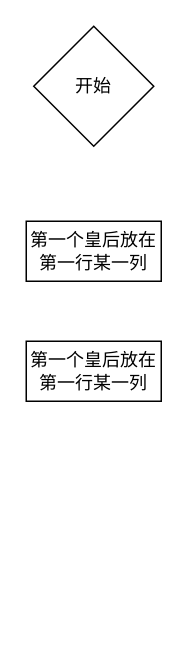
Earlier version of the draw.io diagram 四皇后算法.drawio (codecoron/Zisia_Shuzhao). Source tidied: cells renumbered, new cells numbered last; positions are measured from the earlier drawing's top-left corner, leaving out a move shared by most shapes. Both pictures are drawn from the tidied source at 150%, with x=0, y=0 at pixel (26, 26).
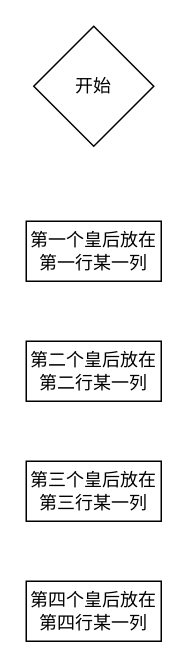
Above is the later version.

Commit message (it also covers changes not shown here):
更新四皇后算法.drawio

Diff of the diagram source:
```diff
@@
 <mxGraphModel>
   <root>
     <mxCell id="0" />
     <mxCell id="1" parent="0" />
     <mxCell id="2" value="开始" style="rhombus;whiteSpace=wrap;html=1;" parent="1" vertex="1">
       <mxGeometry x="5" width="80" height="80" as="geometry" />
     </mxCell>
     <mxCell id="3" value="第一个皇后放在第一行某一列" style="rounded=0;whiteSpace=wrap;html=1;" parent="1" vertex="1">
       <mxGeometry y="130" width="90" height="40" as="geometry" />
     </mxCell>
-    <mxCell id="4" value="第一个皇后放在第一行某一列" style="rounded=0;whiteSpace=wrap;html=1;" parent="1" vertex="1">
+    <mxCell id="4" value="第二个皇后放在第二行某一列" style="rounded=0;whiteSpace=wrap;html=1;" parent="1" vertex="1">
       <mxGeometry y="210" width="90" height="40" as="geometry" />
     </mxCell>
+    <mxCell id="5" value="第三个皇后放在第三行某一列" style="rounded=0;whiteSpace=wrap;html=1;" parent="1" vertex="1">
+      <mxGeometry y="290" width="90" height="40" as="geometry" />
+    </mxCell>
+    <mxCell id="6" value="第四个皇后放在第四行某一列" style="rounded=0;whiteSpace=wrap;html=1;" parent="1" vertex="1">
+      <mxGeometry y="370" width="90" height="40" as="geometry" />
+    </mxCell>
   </root>
 </mxGraphModel>
```
